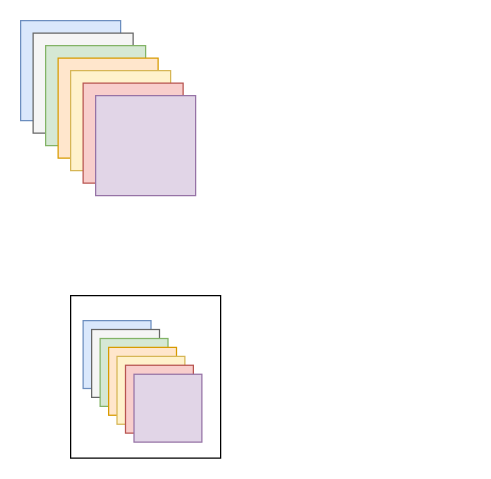
The draw.io diagram page "Page-3" (3 of 7) of draw.io/Untitled Diagram.drawio in Peiiii/notes, before the edit. Source tidied: cells renumbered, new cells numbered last; positions are measured from the earlier drawing's top-left corner, leaving out a move shared by most shapes. Both pictures are drawn from the tidied source at 125%, with x=0, y=0 at pixel (20, 20).
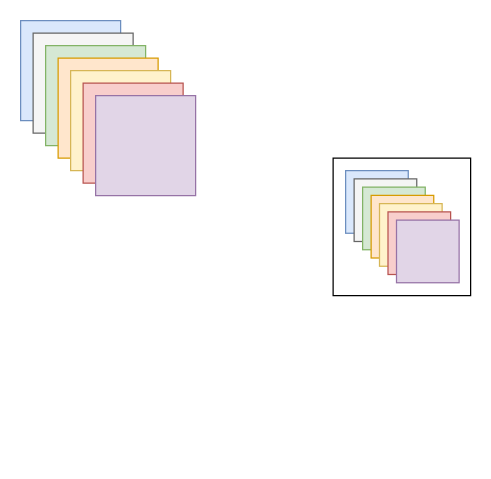
Above is the later version.

Change to the diagram source:
```diff
@@
 <mxGraphModel>
   <root>
     <mxCell id="0" />
     <mxCell id="1" parent="0" />
     <mxCell id="2" style="group;" parent="1" vertex="1">
       <mxGeometry width="140" height="140" as="geometry" />
     </mxCell>
     <mxCell id="3" style="whiteSpace=wrap;html=1;fontSize=48;fillColor=#dae8fc;strokeColor=#6c8ebf;" parent="2" vertex="1">
       <mxGeometry width="80" height="80" as="geometry" />
     </mxCell>
     <mxCell id="4" style="whiteSpace=wrap;html=1;fontSize=48;fillColor=#f5f5f5;strokeColor=#666666;fontColor=#333333;" parent="2" vertex="1">
       <mxGeometry x="10" y="10" width="80" height="80" as="geometry" />
     </mxCell>
     <mxCell id="5" style="whiteSpace=wrap;html=1;fontSize=48;fillColor=#d5e8d4;strokeColor=#82b366;" parent="2" vertex="1">
       <mxGeometry x="20" y="20" width="80" height="80" as="geometry" />
     </mxCell>
     <mxCell id="6" style="whiteSpace=wrap;html=1;fontSize=48;fillColor=#ffe6cc;strokeColor=#d79b00;" parent="2" vertex="1">
       <mxGeometry x="30" y="30" width="80" height="80" as="geometry" />
     </mxCell>
     <mxCell id="7" style="whiteSpace=wrap;html=1;fontSize=48;fillColor=#fff2cc;strokeColor=#d6b656;" parent="2" vertex="1">
       <mxGeometry x="40" y="40" width="80" height="80" as="geometry" />
     </mxCell>
     <mxCell id="8" style="whiteSpace=wrap;html=1;fontSize=48;fillColor=#f8cecc;strokeColor=#b85450;" parent="2" vertex="1">
       <mxGeometry x="50" y="50" width="80" height="80" as="geometry" />
     </mxCell>
     <mxCell id="9" style="whiteSpace=wrap;html=1;fontSize=48;fillColor=#e1d5e7;strokeColor=#9673a6;" parent="2" vertex="1">
       <mxGeometry x="60" y="60" width="80" height="80" as="geometry" />
     </mxCell>
-    <mxCell id="10" style="group;" parent="1" vertex="1">
-      <mxGeometry x="40" y="220" width="120" height="130" as="geometry" />
-    </mxCell>
+    <mxCell id="20" style="group;" parent="1" vertex="1">
+      <mxGeometry x="250" y="110" width="110" height="110" as="geometry" />
+    </mxCell>
-    <mxCell id="11" style="rounded=0;whiteSpace=wrap;html=1;fontSize=48;" parent="10" vertex="1">
-      <mxGeometry width="120" height="130" as="geometry" />
+    <mxCell id="11" style="rounded=0;whiteSpace=wrap;html=1;fontSize=48;" parent="20" vertex="1">
+      <mxGeometry width="110" height="110" as="geometry" />
     </mxCell>
-    <mxCell id="12" style="group;" parent="10" vertex="1">
-      <mxGeometry x="10" y="20" width="95" height="100" as="geometry" />
+    <mxCell id="12" style="group;" parent="20" vertex="1">
+      <mxGeometry x="10" y="10" width="95" height="92.3" as="geometry" />
     </mxCell>
     <mxCell id="13" style="whiteSpace=wrap;html=1;fontSize=48;fillColor=#dae8fc;strokeColor=#6c8ebf;" parent="12" vertex="1">
-      <mxGeometry width="54.3" height="54.3" as="geometry" />
+      <mxGeometry width="50.1" height="50.1" as="geometry" />
     </mxCell>
     <mxCell id="14" style="whiteSpace=wrap;html=1;fontSize=48;fillColor=#f5f5f5;strokeColor=#666666;fontColor=#333333;" parent="12" vertex="1">
-      <mxGeometry x="6.8" y="7.1" width="54.3" height="54.3" as="geometry" />
+      <mxGeometry x="6.8" y="6.6" width="50.1" height="50.1" as="geometry" />
     </mxCell>
     <mxCell id="15" style="whiteSpace=wrap;html=1;fontSize=48;fillColor=#d5e8d4;strokeColor=#82b366;" parent="12" vertex="1">
-      <mxGeometry x="13.6" y="14.3" width="54.3" height="54.3" as="geometry" />
+      <mxGeometry x="13.6" y="13.2" width="50.1" height="50.1" as="geometry" />
     </mxCell>
     <mxCell id="16" style="whiteSpace=wrap;html=1;fontSize=48;fillColor=#ffe6cc;strokeColor=#d79b00;" parent="12" vertex="1">
-      <mxGeometry x="20.4" y="21.4" width="54.3" height="54.3" as="geometry" />
+      <mxGeometry x="20.4" y="19.8" width="50.1" height="50.1" as="geometry" />
     </mxCell>
     <mxCell id="17" style="whiteSpace=wrap;html=1;fontSize=48;fillColor=#fff2cc;strokeColor=#d6b656;" parent="12" vertex="1">
-      <mxGeometry x="27.1" y="28.6" width="54.3" height="54.3" as="geometry" />
+      <mxGeometry x="27.1" y="26.4" width="50.1" height="50.1" as="geometry" />
     </mxCell>
     <mxCell id="18" style="whiteSpace=wrap;html=1;fontSize=48;fillColor=#f8cecc;strokeColor=#b85450;" parent="12" vertex="1">
-      <mxGeometry x="33.9" y="35.7" width="54.3" height="54.3" as="geometry" />
+      <mxGeometry x="33.9" y="33" width="50.1" height="50.1" as="geometry" />
     </mxCell>
     <mxCell id="19" style="whiteSpace=wrap;html=1;fontSize=48;fillColor=#e1d5e7;strokeColor=#9673a6;" parent="12" vertex="1">
-      <mxGeometry x="40.7" y="42.9" width="54.3" height="54.3" as="geometry" />
+      <mxGeometry x="40.7" y="39.6" width="50.1" height="50.1" as="geometry" />
     </mxCell>
   </root>
 </mxGraphModel>
```
